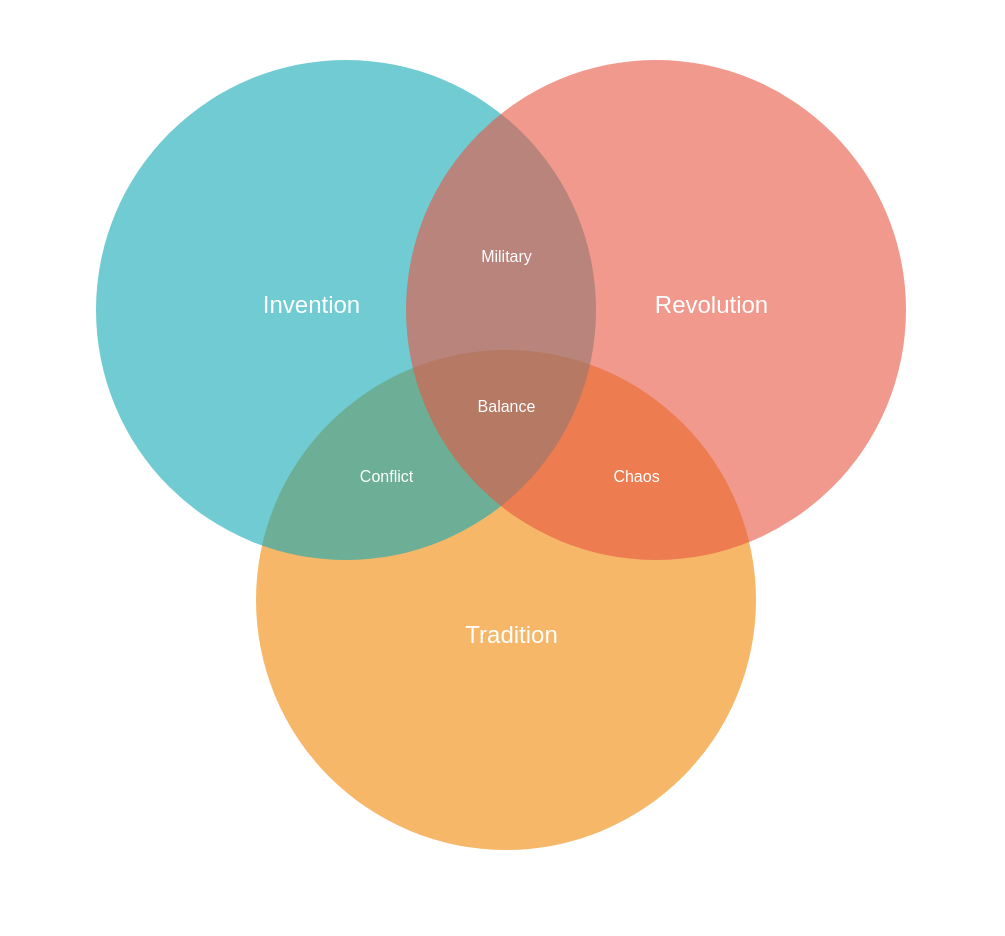
Above: MATH6184036-S3-P03.drawio in danang-id/diagrams (draw.io), before the change. Source tidied: cells renumbered, new cells numbered last; positions are measured from the earlier drawing's top-left corner, leaving out a move shared by most shapes. Both pictures are drawn from the tidied source at 100%, with x=0, y=0 at pixel (96, 59).
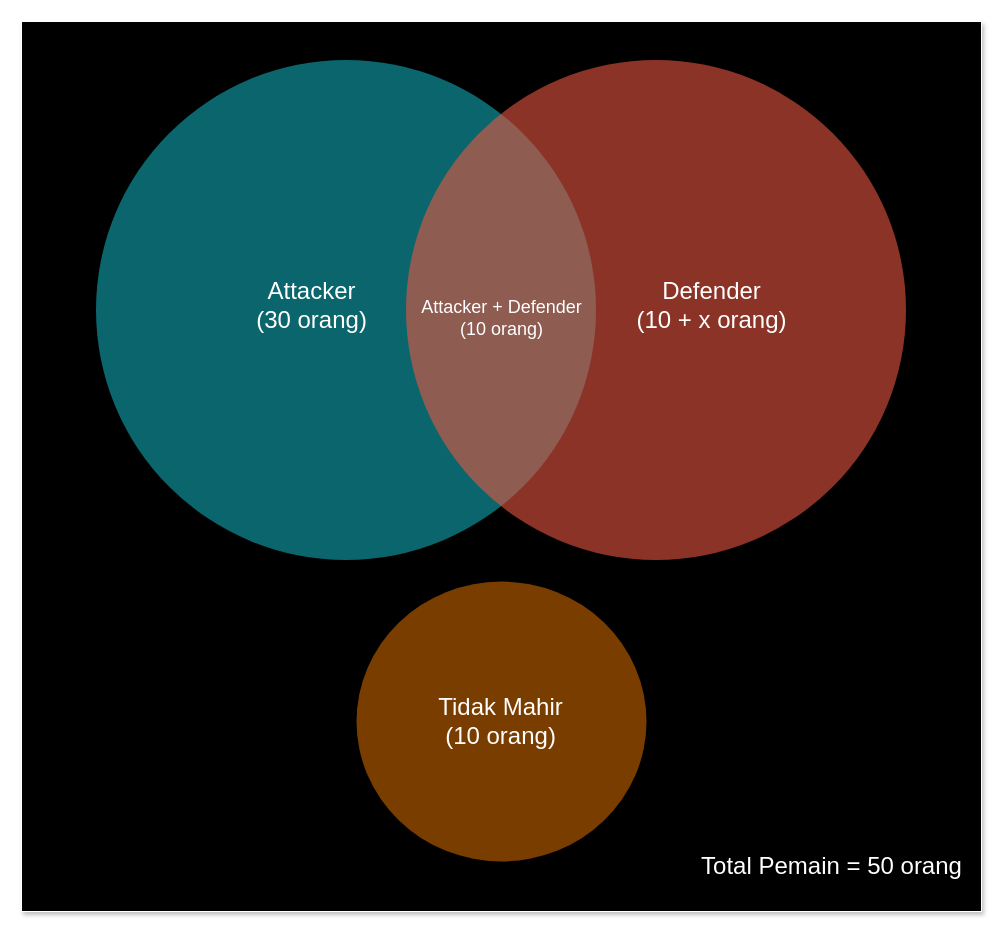
The same diagram, later.

Change to the diagram source:
```diff
@@
 <mxGraphModel>
   <root>
     <mxCell id="0" />
     <mxCell id="1" parent="0" />
-    <mxCell id="2" style="ellipse;fillColor=#F08705;opacity=60;strokeColor=none;html=1;fontColor=#FFFFFF;" parent="1" vertex="1">
-      <mxGeometry x="159.5" y="290.5" width="500" height="500" as="geometry" />
-    </mxCell>
+    <mxCell id="12" style="rounded=0;whiteSpace=wrap;html=1;fillColor=#000000;strokeColor=#FFFFFF;shadow=1;" parent="1" vertex="1">
+      <mxGeometry x="-75" y="-38" width="960" height="890" as="geometry" />
+    </mxCell>
     <mxCell id="3" style="ellipse;fillColor=#12AAB5;opacity=60;strokeColor=none;html=1;fontColor=#FFFFFF;" parent="1" vertex="1">
       <mxGeometry x="-0.5" y="0.5" width="500" height="500" as="geometry" />
     </mxCell>
     <mxCell id="4" style="ellipse;fillColor=#e85642;opacity=60;strokeColor=none;html=1;fontColor=#FFFFFF;" parent="1" vertex="1">
       <mxGeometry x="309.5" y="0.5" width="500" height="500" as="geometry" />
     </mxCell>
-    <mxCell id="5" value="Invention" style="text;fontSize=24;align=center;verticalAlign=middle;html=1;fontColor=#FFFFFF;" parent="1" vertex="1">
+    <mxCell id="5" value="Attacker&lt;br&gt;(30 orang)" style="text;fontSize=24;align=center;verticalAlign=middle;html=1;fontColor=#FFFFFF;" parent="1" vertex="1">
       <mxGeometry x="119.5" y="210.5" width="190" height="70" as="geometry" />
     </mxCell>
-    <mxCell id="6" value="Revolution" style="text;fontSize=24;align=center;verticalAlign=middle;html=1;fontColor=#FFFFFF;" parent="1" vertex="1">
+    <mxCell id="6" value="Defender&lt;br&gt;(10 + x orang)" style="text;fontSize=24;align=center;verticalAlign=middle;html=1;fontColor=#FFFFFF;" parent="1" vertex="1">
       <mxGeometry x="519.5" y="210.5" width="190" height="70" as="geometry" />
     </mxCell>
-    <mxCell id="7" value="Tradition" style="text;fontSize=24;align=center;verticalAlign=middle;html=1;fontColor=#FFFFFF;" parent="1" vertex="1">
-      <mxGeometry x="319.5" y="540.5" width="190" height="70" as="geometry" />
-    </mxCell>
-    <mxCell id="8" value="Military" style="text;align=center;html=1;fontColor=#FFFFFF;fontSize=16;" parent="1" vertex="1">
-      <mxGeometry x="389.5" y="180.5" width="40" height="40" as="geometry" />
+    <mxCell id="8" value="Attacker + Defender&lt;br style=&quot;font-size: 18px;&quot;&gt;(10 orang)" style="text;align=center;html=1;fontColor=#FFFFFF;fontSize=18;" parent="1" vertex="1">
+      <mxGeometry x="385" y="230.5" width="40" height="40" as="geometry" />
     </mxCell>
-    <mxCell id="9" value="Conflict" style="text;align=center;html=1;fontColor=#FFFFFF;fontSize=16;" parent="1" vertex="1">
-      <mxGeometry x="269.5" y="400.5" width="40" height="40" as="geometry" />
-    </mxCell>
-    <mxCell id="10" value="Chaos" style="text;align=center;html=1;fontColor=#FFFFFF;fontSize=16;" parent="1" vertex="1">
-      <mxGeometry x="519.5" y="400.5" width="40" height="40" as="geometry" />
-    </mxCell>
-    <mxCell id="11" value="Balance" style="text;align=center;html=1;fontColor=#FFFFFF;fontSize=16;" parent="1" vertex="1">
-      <mxGeometry x="389.5" y="330.5" width="40" height="40" as="geometry" />
-    </mxCell>
+    <mxCell id="13" style="ellipse;fillColor=#CC6600;opacity=60;strokeColor=none;html=1;fontColor=#FFFFFF;gradientColor=none;" parent="1" vertex="1">
+      <mxGeometry x="260" y="522" width="290" height="280" as="geometry" />
+    </mxCell>
+    <mxCell id="14" value="Tidak Mahir&lt;br&gt;(10 orang)" style="text;fontSize=24;align=center;verticalAlign=middle;html=1;fontColor=#FFFFFF;" parent="1" vertex="1">
+      <mxGeometry x="309" y="627" width="190" height="70" as="geometry" />
+    </mxCell>
+    <mxCell id="15" value="Total Pemain = 50 orang" style="text;fontSize=24;align=center;verticalAlign=middle;html=1;fontColor=#FFFFFF;" parent="1" vertex="1">
+      <mxGeometry x="640" y="772" width="190" height="70" as="geometry" />
+    </mxCell>
   </root>
 </mxGraphModel>
```
